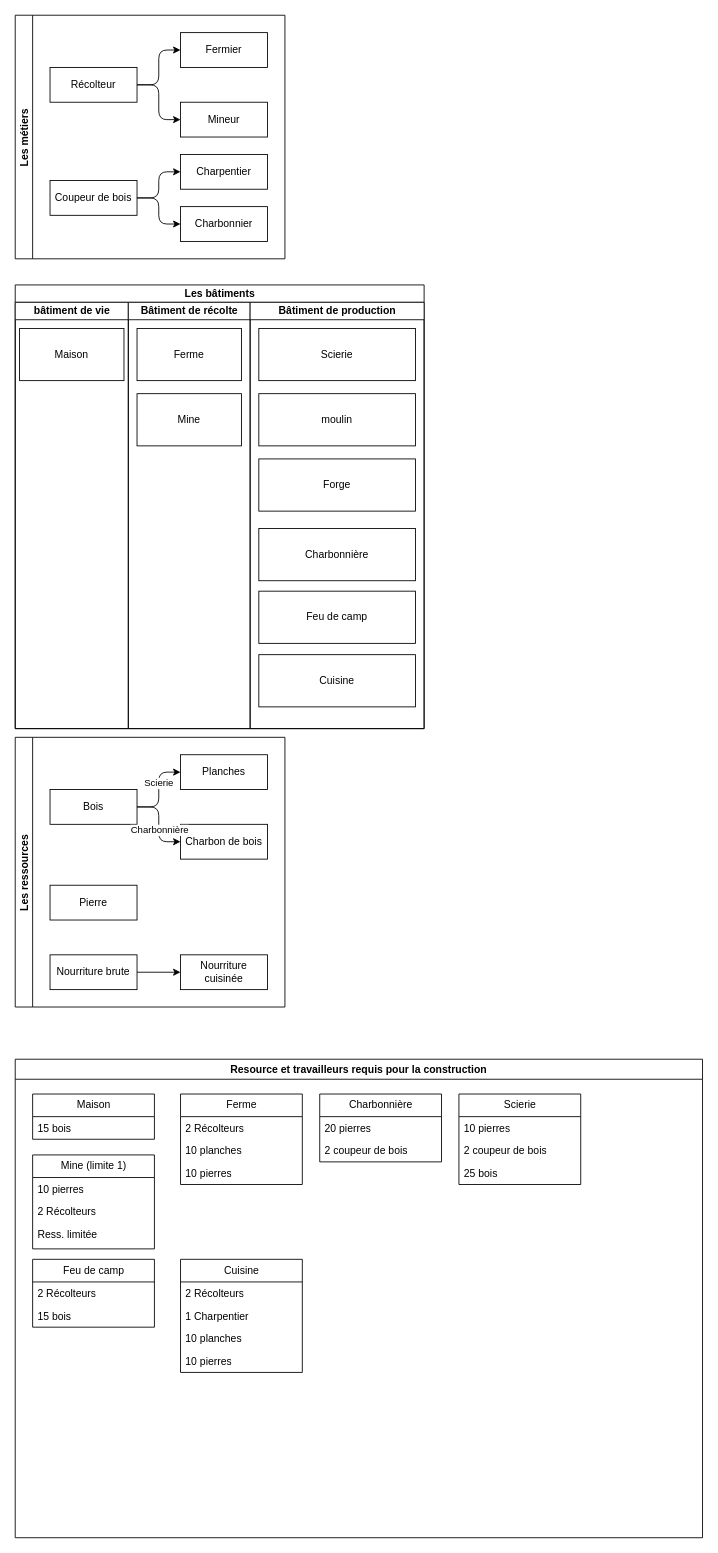
The draw.io diagram schemas/diagram.drawio in Ajustor/civilization, before the edit. Source tidied: cells renumbered, new cells numbered last; positions are measured from the earlier drawing's top-left corner, leaving out a move shared by most shapes. Both pictures are drawn from the tidied source at 87%, with x=0, y=0 at pixel (15, 15).
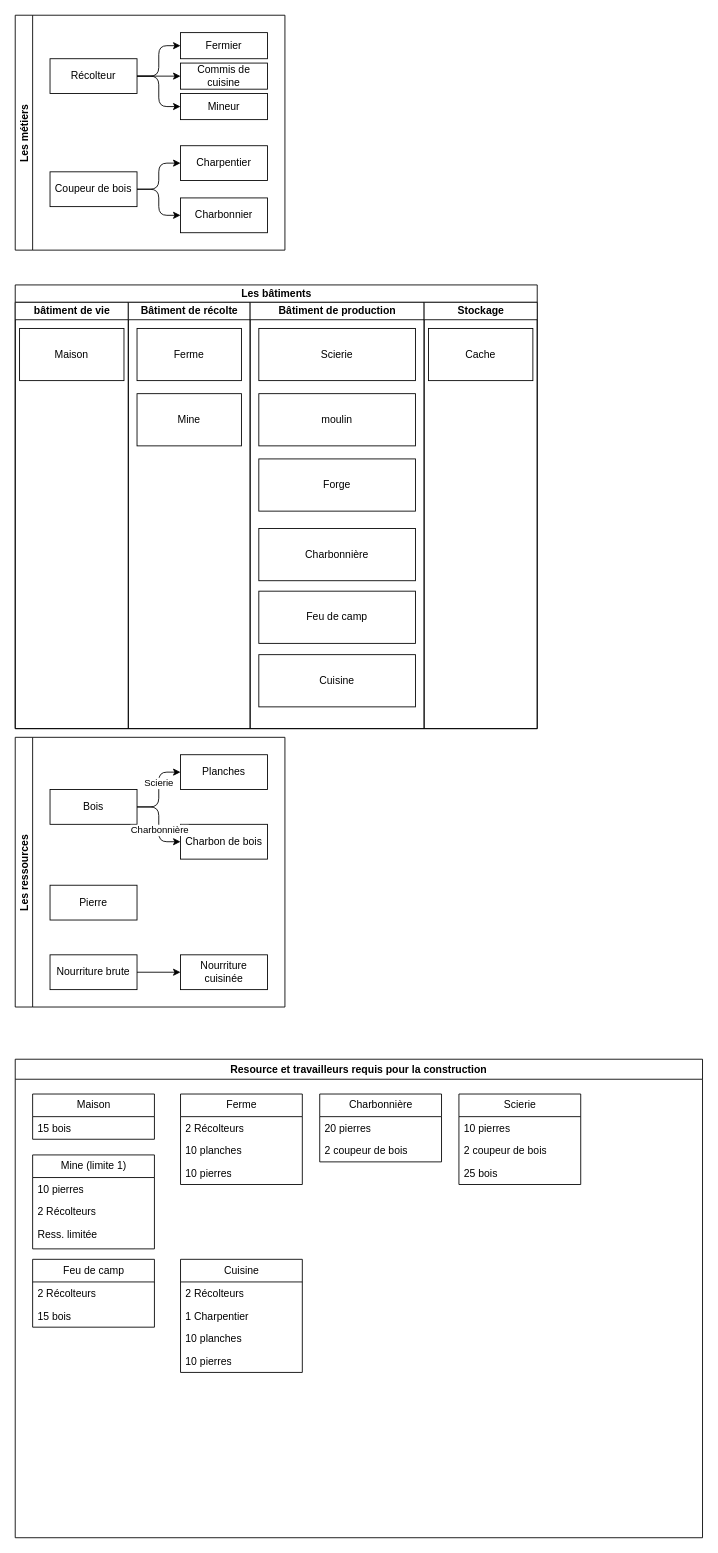
After the change.

Commit message (it also covers changes not shown here):
cache && stored resources for fire and rats events (#45)

Diff of the diagram source:
```diff
@@
     <mxCell id="2" value="Les métiers" style="swimlane;startSize=20;horizontal=0;horizontalTree=1;sortEdges=1;containerType=tree;fontSize=12;" parent="1" vertex="1">
-      <mxGeometry width="310" height="280" as="geometry" />
+      <mxGeometry width="310" height="270" as="geometry" />
     </mxCell>
     <mxCell id="3" value="Récolteur" style="whiteSpace=wrap;html=1;" parent="2" vertex="1">
-      <mxGeometry x="40" y="60" width="100" height="40" as="geometry" />
+      <mxGeometry x="40" y="50" width="100" height="40" as="geometry" />
     </mxCell>
     <mxCell id="4" value="Fermier" style="whiteSpace=wrap;html=1;" parent="2" vertex="1">
-      <mxGeometry x="190" y="20" width="100" height="40" as="geometry" />
+      <mxGeometry x="190" y="20" width="100" height="30" as="geometry" />
     </mxCell>
@@
     <mxCell id="6" value="Mineur" style="whiteSpace=wrap;html=1;" parent="2" vertex="1">
-      <mxGeometry x="190" y="100" width="100" height="40" as="geometry" />
+      <mxGeometry x="190" y="90" width="100" height="30" as="geometry" />
     </mxCell>
@@
     <mxCell id="10" value="Coupeur de bois" style="whiteSpace=wrap;html=1;" parent="2" vertex="1">
-      <mxGeometry x="40" y="190" width="100" height="40" as="geometry" />
+      <mxGeometry x="40" y="180" width="100" height="40" as="geometry" />
     </mxCell>
     <mxCell id="11" value="Charpentier" style="whiteSpace=wrap;html=1;" parent="2" vertex="1">
-      <mxGeometry x="190" y="160" width="100" height="40" as="geometry" />
+      <mxGeometry x="190" y="150" width="100" height="40" as="geometry" />
     </mxCell>
     <mxCell id="12" value="Charbonnier" style="whiteSpace=wrap;html=1;" parent="2" vertex="1">
-      <mxGeometry x="190" y="220" width="100" height="40" as="geometry" />
+      <mxGeometry x="190" y="210" width="100" height="40" as="geometry" />
     </mxCell>
+    <mxCell id="64" style="edgeStyle=none;html=1;" parent="2" edge="1" target="65">
+      <mxGeometry relative="1" as="geometry">
+        <mxPoint x="140" y="70" as="sourcePoint" />
+      </mxGeometry>
+    </mxCell>
+    <mxCell id="65" value="Commis de cuisine" style="whiteSpace=wrap;html=1;" parent="2" vertex="1">
+      <mxGeometry x="190" y="55" width="100" height="30" as="geometry" />
+    </mxCell>
     <mxCell id="13" value="Les bâtiments" style="swimlane;startSize=20;html=1;" parent="1" vertex="1">
-      <mxGeometry y="310" width="470" height="510" as="geometry" />
+      <mxGeometry y="310" width="600" height="510" as="geometry" />
     </mxCell>
@@
+    <mxCell id="66" value="Stockage" style="swimlane;startSize=20;html=1;" parent="13" vertex="1">
+      <mxGeometry x="470" y="20" width="130" height="490" as="geometry" />
+    </mxCell>
+    <mxCell id="67" value="Cache" style="whiteSpace=wrap;html=1;" parent="66" vertex="1">
+      <mxGeometry x="5" y="30" width="120" height="60" as="geometry" />
+    </mxCell>
```
